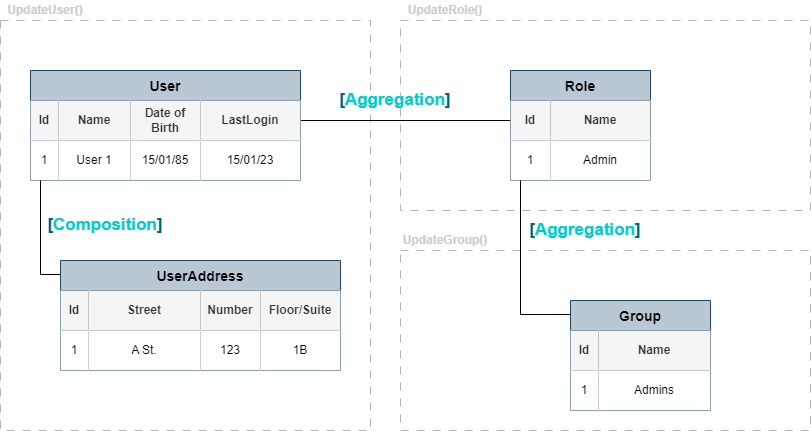
leonardoporro/Detached-Mapper keeps this draw.io diagram as docs/Associations.png. Above is the earlier version. Source tidied: cells renumbered, new cells last; positions are measured from the earlier drawing's top-left corner, leaving out a move shared by most shapes.
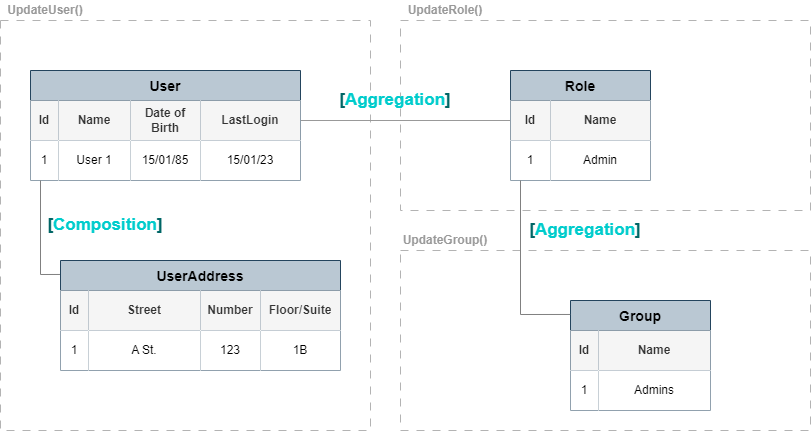
The same diagram one commit later.

The edit, as a diff of the source:
```diff
@@ -11,7 +11,7 @@
     <mxCell id="4" style="rounded=0;whiteSpace=wrap;html=1;dashed=1;dashPattern=8 8;fillColor=none;fontColor=#CCCCCC;strokeColor=#B3B3B3;" parent="1" vertex="1">
       <mxGeometry x="400" y="250" width="410" height="180" as="geometry" />
     </mxCell>
-    <mxCell id="5" style="edgeStyle=orthogonalEdgeStyle;rounded=0;jettySize=auto;html=1;exitX=1;exitY=0.5;exitDx=0;exitDy=0;entryX=0;entryY=0.5;entryDx=0;entryDy=0;endArrow=none;endFill=0;" parent="1" edge="1" source="7" target="30">
+    <mxCell id="5" style="edgeStyle=orthogonalEdgeStyle;rounded=0;jettySize=auto;html=1;exitX=1;exitY=0.5;exitDx=0;exitDy=0;entryX=0;entryY=0.5;entryDx=0;entryDy=0;endArrow=none;endFill=0;strokeColor=#999999;" parent="1" edge="1" source="7" target="30">
       <mxGeometry relative="1" as="geometry" />
     </mxCell>
     <mxCell id="6" value="User" style="shape=table;startSize=30;fontStyle=1;align=center;fontSize=14;fillColor=#bac8d3;strokeColor=#23445d;" parent="1" vertex="1">
@@ -80,7 +80,7 @@
     <mxCell id="27" value="1B" style="shape=partialRectangle;html=1;whiteSpace=wrap;top=0;left=0;bottom=0;right=0;overflow=hidden;" parent="23" vertex="1">
       <mxGeometry x="200" width="80" height="40" as="geometry" />
     </mxCell>
-    <mxCell id="28" style="edgeStyle=segmentEdgeStyle;endArrow=none;html=1;curved=0;rounded=0;endSize=8;startSize=8;fontSize=14;strokeColor=default;endFill=0;entryX=-0.002;entryY=0.127;entryDx=0;entryDy=0;entryPerimeter=0;" parent="1" edge="1" source="12" target="17">
+    <mxCell id="28" style="edgeStyle=segmentEdgeStyle;endArrow=none;html=1;curved=0;rounded=0;endSize=8;startSize=8;fontSize=14;strokeColor=#808080;endFill=0;entryX=-0.002;entryY=0.127;entryDx=0;entryDy=0;entryPerimeter=0;" parent="1" edge="1" source="12" target="17">
       <mxGeometry relative="1" as="geometry">
         <Array as="points">
           <mxPoint x="40" y="274" />
@@ -129,7 +129,7 @@
     <mxCell id="42" value="Admins" style="shape=partialRectangle;html=1;whiteSpace=wrap;top=0;left=0;bottom=0;right=0;overflow=hidden;" parent="40" vertex="1">
       <mxGeometry x="28" width="112" height="40" as="geometry" />
     </mxCell>
-    <mxCell id="43" style="edgeStyle=segmentEdgeStyle;endArrow=none;html=1;curved=0;rounded=0;endSize=8;startSize=8;fontSize=14;strokeColor=default;endFill=0;entryX=-0.002;entryY=0.127;entryDx=0;entryDy=0;entryPerimeter=0;" parent="1" edge="1" source="33" target="36">
+    <mxCell id="43" style="edgeStyle=segmentEdgeStyle;endArrow=none;html=1;curved=0;rounded=0;endSize=8;startSize=8;fontSize=14;strokeColor=#808080;endFill=0;entryX=-0.002;entryY=0.127;entryDx=0;entryDy=0;entryPerimeter=0;" parent="1" edge="1" source="33" target="36">
       <mxGeometry relative="1" as="geometry">
         <Array as="points">
           <mxPoint x="520" y="314" />
@@ -145,13 +145,13 @@
     <mxCell id="46" value="&lt;font style=&quot;font-size: 17px;&quot;&gt;&lt;b style=&quot;&quot;&gt;&lt;font color=&quot;#006666&quot;&gt;[&lt;/font&gt;&lt;font color=&quot;#00cccc&quot;&gt;Aggregation&lt;/font&gt;&lt;font color=&quot;#006666&quot;&gt;]&lt;/font&gt;&lt;/b&gt;&lt;/font&gt;" style="text;html=1;strokeColor=none;fillColor=none;align=center;verticalAlign=middle;whiteSpace=wrap;rounded=0;fontColor=#FAFAFA;fontSize=17;" parent="1" vertex="1">
       <mxGeometry x="530" y="210" width="110" height="40" as="geometry" />
     </mxCell>
-    <mxCell id="47" value="&lt;b&gt;UpdateUser()&lt;/b&gt;" style="rounded=0;whiteSpace=wrap;html=1;dashed=1;dashPattern=8 8;fillColor=none;strokeColor=none;fontColor=#CCCCCC;" parent="1" vertex="1">
+    <mxCell id="47" value="&lt;b&gt;UpdateUser()&lt;/b&gt;" style="rounded=0;whiteSpace=wrap;html=1;dashed=1;dashPattern=8 8;fillColor=none;strokeColor=none;fontColor=#999999;" parent="1" vertex="1">
       <mxGeometry width="90" height="20" as="geometry" />
     </mxCell>
-    <mxCell id="48" value="&lt;b&gt;UpdateRole()&lt;/b&gt;" style="rounded=0;whiteSpace=wrap;html=1;dashed=1;dashPattern=8 8;fillColor=none;strokeColor=none;fontColor=#CCCCCC;" parent="1" vertex="1">
+    <mxCell id="48" value="&lt;b&gt;UpdateRole()&lt;/b&gt;" style="rounded=0;whiteSpace=wrap;html=1;dashed=1;dashPattern=8 8;fillColor=none;strokeColor=none;fontColor=#999999;" parent="1" vertex="1">
       <mxGeometry x="400" width="90" height="20" as="geometry" />
     </mxCell>
-    <mxCell id="49" value="&lt;b&gt;UpdateGroup()&lt;/b&gt;" style="rounded=0;whiteSpace=wrap;html=1;dashed=1;dashPattern=8 8;fillColor=none;strokeColor=none;fontColor=#CCCCCC;" parent="1" vertex="1">
+    <mxCell id="49" value="&lt;b&gt;UpdateGroup()&lt;/b&gt;" style="rounded=0;whiteSpace=wrap;html=1;dashed=1;dashPattern=8 8;fillColor=none;strokeColor=none;fontColor=#999999;" parent="1" vertex="1">
       <mxGeometry x="400" y="230" width="90" height="20" as="geometry" />
     </mxCell>
   </root>
```
